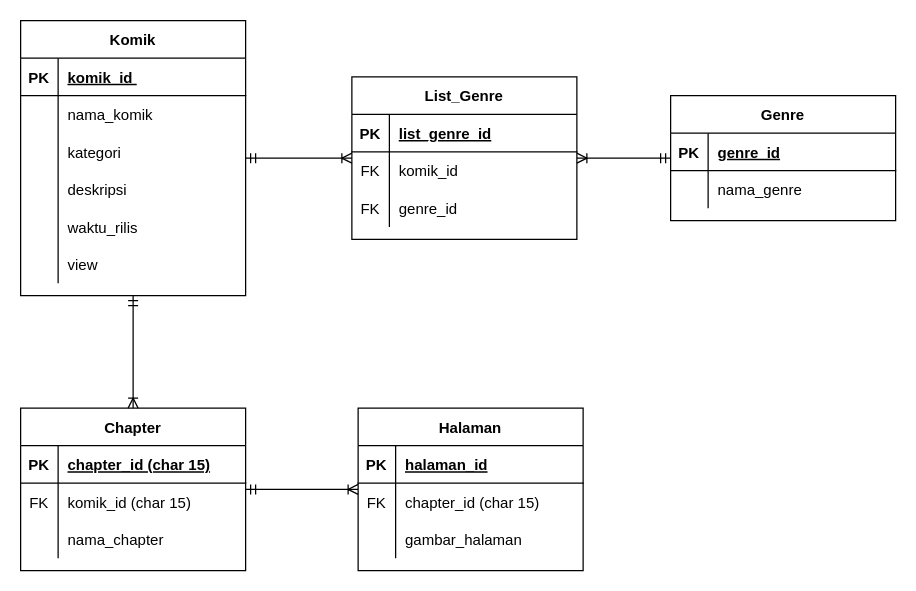
Earlier version of the draw.io diagram page "Database" (2 of 2) of flow web.drawio (Aryanda04/web_komik). Source tidied: cells renumbered, new cells numbered last; positions are measured from the earlier drawing's top-left corner, leaving out a move shared by most shapes. Both pictures are drawn from the tidied source at 125%, with x=0, y=0 at pixel (20, 20).
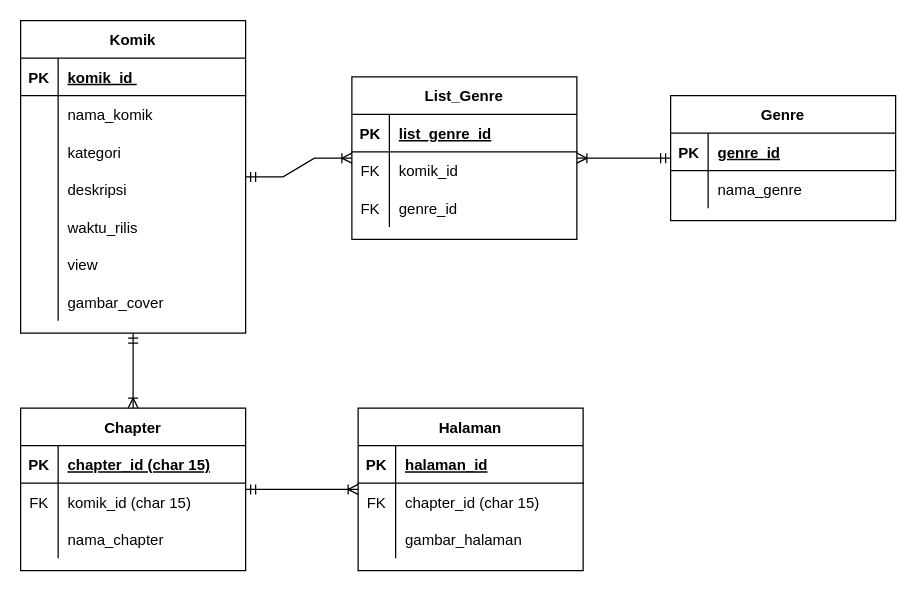
The same diagram, later.

Commit message:
Database nambah gambar cover

What changed in the source:
```diff
@@
     <mxCell id="2" value="Komik" style="shape=table;startSize=30;childLayout=tableLayout;rowLines=0;fontStyle=1;align=center;" parent="1" vertex="1">
-      <mxGeometry width="180" height="220" as="geometry" />
+      <mxGeometry width="180" height="250" as="geometry" />
     </mxCell>
@@
+    <mxCell id="62" style="shape=partialRectangle;fillColor=none;top=0;left=0;bottom=0;right=0;" parent="2" vertex="1">
+      <mxGeometry y="210" width="180" height="30" as="geometry" />
+    </mxCell>
+    <mxCell id="63" style="shape=partialRectangle;fillColor=none;top=0;left=0;bottom=0;right=0;overflow=hidden;" parent="62" vertex="1">
+      <mxGeometry width="30" height="30" as="geometry" />
+    </mxCell>
+    <mxCell id="64" value="gambar_cover" style="shape=partialRectangle;fillColor=none;top=0;left=0;bottom=0;right=0;align=left;spacingLeft=6;overflow=hidden;" parent="62" vertex="1">
+      <mxGeometry x="30" width="150" height="30" as="geometry" />
+    </mxCell>
```
